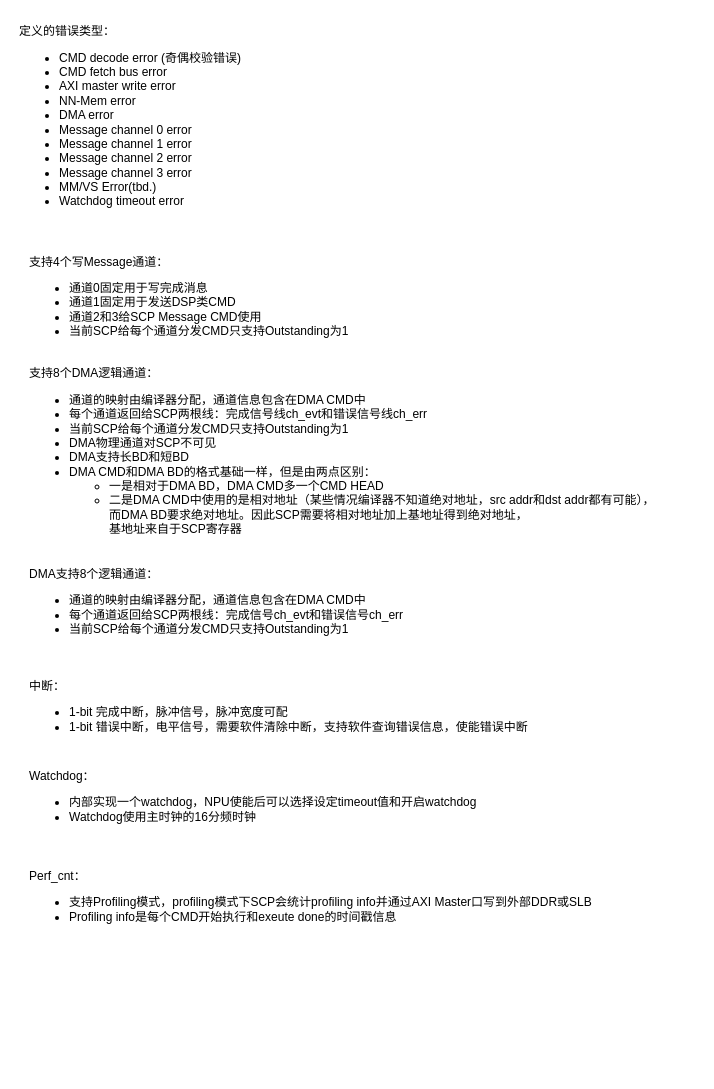
HelmutXie/blake2 keeps this draw.io diagram as page "Error type" (9 of 9) of SCP.drawio. Above is the earlier version. Source tidied: cells renumbered, new cells numbered last; positions are measured from the earlier drawing's top-left corner, leaving out a move shared by most shapes. Both pictures are drawn from the tidied source at 100%, with x=0, y=0 at pixel (17, 17).
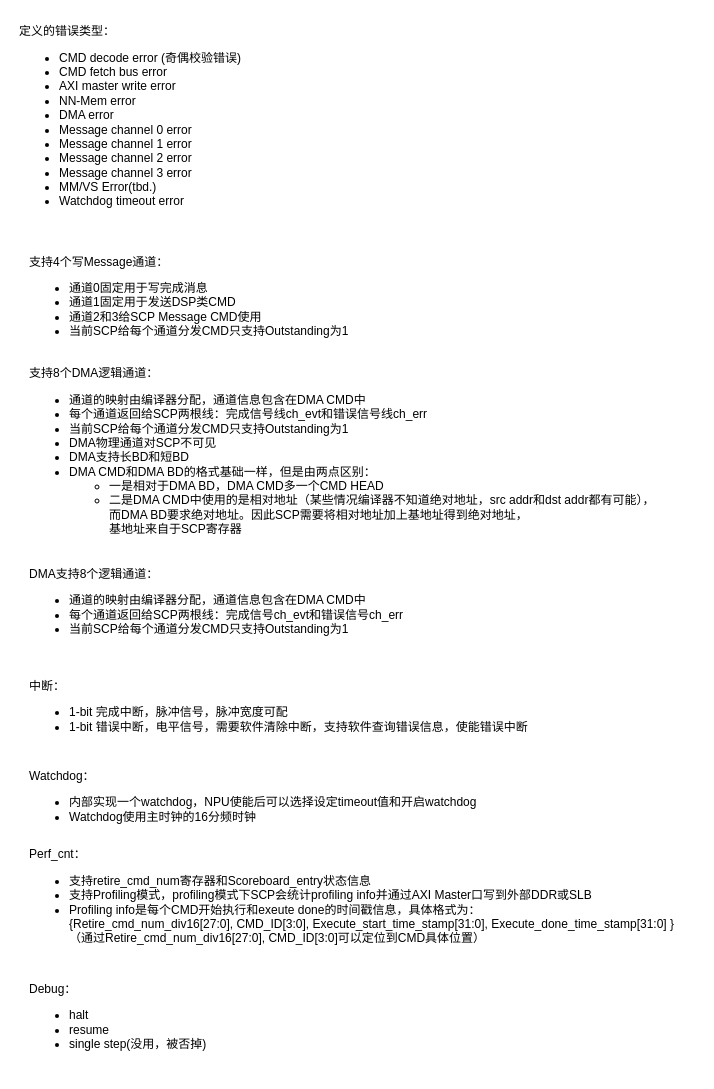
The same page after the edit.

What changed in the source:
```diff
@@
 <mxGraphModel>
   <root>
     <mxCell id="0" />
     <mxCell id="1" parent="0" />
     <mxCell id="2" value="定义的错误类型：&lt;br&gt;&lt;ul&gt;&lt;li&gt;CMD decode error (奇偶校验错误)&lt;/li&gt;&lt;li&gt;CMD fetch bus error&lt;/li&gt;&lt;li&gt;AXI master write error&lt;/li&gt;&lt;li&gt;NN-Mem error&lt;/li&gt;&lt;li&gt;DMA error&lt;/li&gt;&lt;li style=&quot;border-color: var(--border-color);&quot;&gt;Message channel 0 error&lt;/li&gt;&lt;li style=&quot;border-color: var(--border-color);&quot;&gt;Message channel 1 error&lt;/li&gt;&lt;li style=&quot;border-color: var(--border-color);&quot;&gt;Message channel 2 error&lt;/li&gt;&lt;li style=&quot;border-color: var(--border-color);&quot;&gt;Message channel 3 error&lt;/li&gt;&lt;li&gt;MM/VS Error(tbd.)&lt;/li&gt;&lt;li&gt;Watchdog timeout error&lt;/li&gt;&lt;/ul&gt;" style="text;html=1;align=left;verticalAlign=middle;strokeColor=none;fillColor=none;" parent="1" vertex="1">
       <mxGeometry width="250" height="210" as="geometry" />
     </mxCell>
     <mxCell id="3" value="支持4个写Message通道：&lt;br&gt;&lt;ul&gt;&lt;li&gt;通道0固定用于写完成消息&lt;/li&gt;&lt;li&gt;通道1固定用于发送DSP类CMD&lt;/li&gt;&lt;li&gt;通道2和3给SCP Message CMD使用&lt;/li&gt;&lt;li style=&quot;border-color: var(--border-color);&quot;&gt;当前SCP给每个通道分发CMD只支持Outstanding为1&lt;/li&gt;&lt;/ul&gt;" style="text;html=1;align=left;verticalAlign=middle;strokeColor=none;fillColor=none;" parent="1" vertex="1">
       <mxGeometry x="10" y="230" width="340" height="110" as="geometry" />
     </mxCell>
     <mxCell id="4" value="支持8个DMA逻辑通道：&lt;br&gt;&lt;ul&gt;&lt;li&gt;通道的映射由编译器分配，通道信息包含在DMA CMD中&lt;br&gt;&lt;/li&gt;&lt;li&gt;每个通道返回给SCP两根线：完成信号线ch_evt和错误信号线ch_err&lt;/li&gt;&lt;li&gt;当前SCP给每个通道分发CMD只支持Outstanding为1&lt;/li&gt;&lt;li&gt;DMA物理通道对SCP不可见&lt;/li&gt;&lt;li&gt;DMA支持长BD和短BD&lt;/li&gt;&lt;li&gt;DMA CMD和DMA BD的格式基础一样，但是由两点区别：&lt;/li&gt;&lt;ul&gt;&lt;li&gt;一是相对于DMA BD，DMA CMD多一个CMD HEAD&lt;/li&gt;&lt;li&gt;二是DMA CMD中使用的是相对地址（某些情况编译器不知道绝对地址，src addr和dst addr都有可能），&lt;br&gt;而DMA BD要求绝对地址。因此SCP需要将相对地址加上基地址得到绝对地址，&lt;br&gt;基地址来自于SCP寄存器&lt;/li&gt;&lt;/ul&gt;&lt;/ul&gt;" style="text;html=1;align=left;verticalAlign=middle;strokeColor=none;fillColor=none;" parent="1" vertex="1">
       <mxGeometry x="10" y="340" width="650" height="200" as="geometry" />
     </mxCell>
     <mxCell id="5" value="DMA支持8个逻辑通道：&lt;br&gt;&lt;ul&gt;&lt;li&gt;通道的映射由编译器分配，通道信息包含在DMA CMD中&lt;br&gt;&lt;/li&gt;&lt;li&gt;每个通道返回给SCP两根线：完成信号ch_evt和错误信号ch_err&lt;/li&gt;&lt;li&gt;当前SCP给每个通道分发CMD只支持Outstanding为1&lt;/li&gt;&lt;/ul&gt;" style="text;html=1;align=left;verticalAlign=middle;strokeColor=none;fillColor=none;" parent="1" vertex="1">
       <mxGeometry x="10" y="540" width="400" height="100" as="geometry" />
     </mxCell>
     <mxCell id="6" value="中断：&lt;br&gt;&lt;ul&gt;&lt;li&gt;1-bit 完成中断，脉冲信号，脉冲宽度可配&lt;/li&gt;&lt;li&gt;1-bit 错误中断，电平信号，需要软件清除中断，支持软件查询错误信息，使能错误中断&lt;/li&gt;&lt;/ul&gt;" style="text;html=1;align=left;verticalAlign=middle;strokeColor=none;fillColor=none;" parent="1" vertex="1">
       <mxGeometry x="10" y="655" width="520" height="80" as="geometry" />
     </mxCell>
     <mxCell id="7" value="Watchdog：&lt;br&gt;&lt;ul&gt;&lt;li&gt;内部实现一个watchdog，NPU使能后可以选择设定timeout值和开启watchdog&lt;/li&gt;&lt;li&gt;Watchdog使用主时钟的16分频时钟&lt;/li&gt;&lt;/ul&gt;" style="text;html=1;align=left;verticalAlign=middle;strokeColor=none;fillColor=none;" parent="1" vertex="1">
       <mxGeometry x="10" y="745" width="470" height="80" as="geometry" />
     </mxCell>
-    <mxCell id="8" value="Perf_cnt：&lt;br&gt;&lt;ul&gt;&lt;li&gt;支持Profiling模式，profiling模式下SCP会统计profiling info并通过AXI Master口写到外部DDR或SLB&lt;/li&gt;&lt;li&gt;Profiling info是每个CMD开始执行和exeute done的时间戳信息&lt;/li&gt;&lt;/ul&gt;" style="text;html=1;align=left;verticalAlign=middle;strokeColor=none;fillColor=none;" parent="1" vertex="1">
-      <mxGeometry x="10" y="845" width="590" height="80" as="geometry" />
+    <mxCell id="8" value="Perf_cnt：&lt;br&gt;&lt;ul&gt;&lt;li&gt;支持retire_cmd_num寄存器和Scoreboard_entry状态信息&lt;/li&gt;&lt;li&gt;支持Profiling模式，profiling模式下SCP会统计profiling info并通过AXI Master口写到外部DDR或SLB&lt;/li&gt;&lt;li&gt;Profiling info是每个CMD开始执行和exeute done的时间戳信息，具体格式为：&lt;br&gt;{Retire_cmd_num_div16[27:0], CMD_ID[3:0], Execute_start_time_stamp[31:0], Execute_done_time_stamp[31:0] }&lt;br&gt;（通过Retire_cmd_num_div16[27:0], CMD_ID[3:0]可以定位到CMD具体位置）&lt;/li&gt;&lt;/ul&gt;" style="text;html=1;align=left;verticalAlign=middle;strokeColor=none;fillColor=none;" parent="1" vertex="1">
+      <mxGeometry x="10" y="825" width="670" height="120" as="geometry" />
     </mxCell>
+    <mxCell id="9" value="Debug：&lt;br&gt;&lt;ul&gt;&lt;li&gt;halt&lt;/li&gt;&lt;li&gt;resume&lt;/li&gt;&lt;li&gt;single step(没用，被否掉)&lt;/li&gt;&lt;/ul&gt;" style="text;html=1;align=left;verticalAlign=middle;strokeColor=none;fillColor=none;" parent="1" vertex="1">
+      <mxGeometry x="10" y="955" width="200" height="100" as="geometry" />
+    </mxCell>
   </root>
 </mxGraphModel>
```
